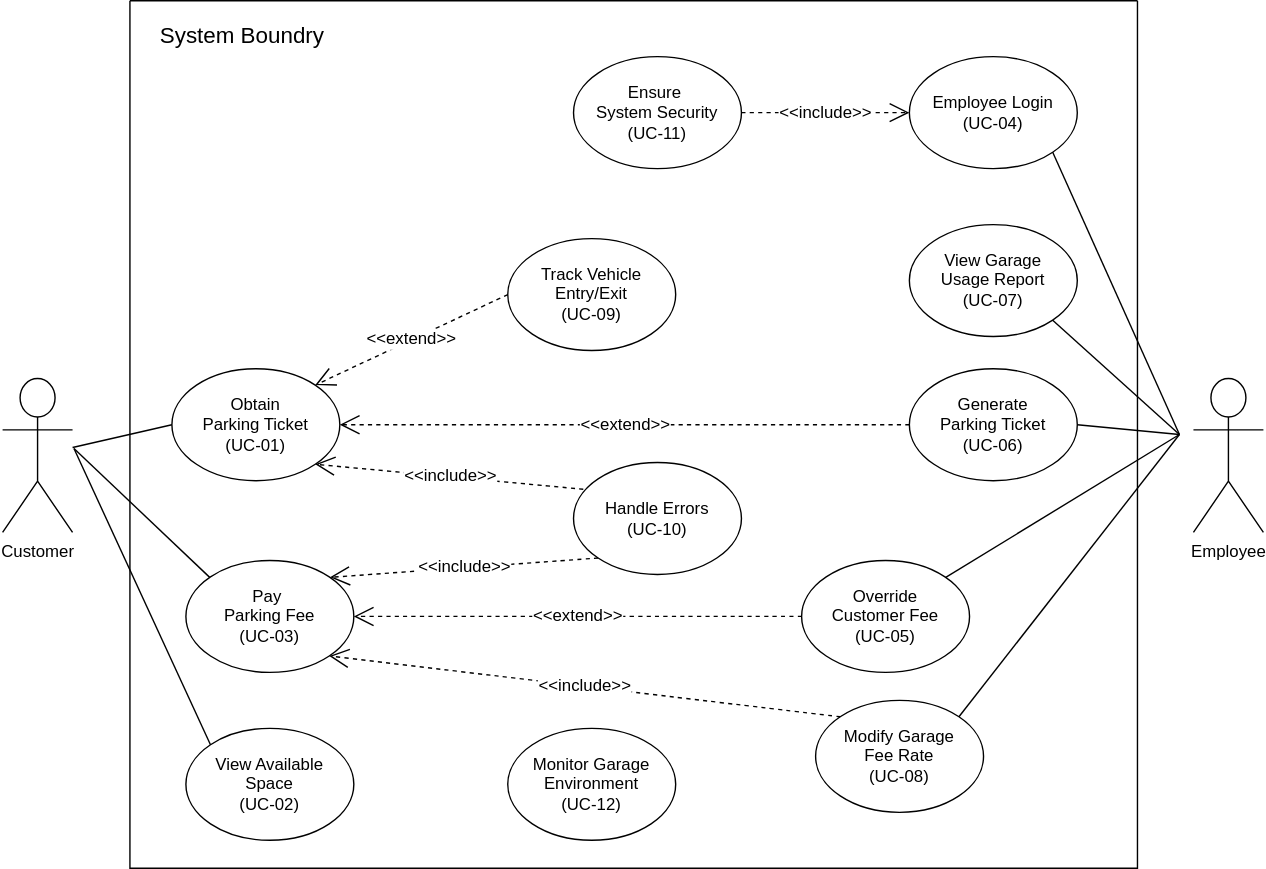
The draw.io diagram design/UseCases.svg in CSUEB-CS401-02-SP25-Group-Project-1/parking-garage-system, before a commit. Source tidied: cells renumbered, new cells last; positions are measured from the earlier drawing's top-left corner, leaving out a move shared by most shapes.
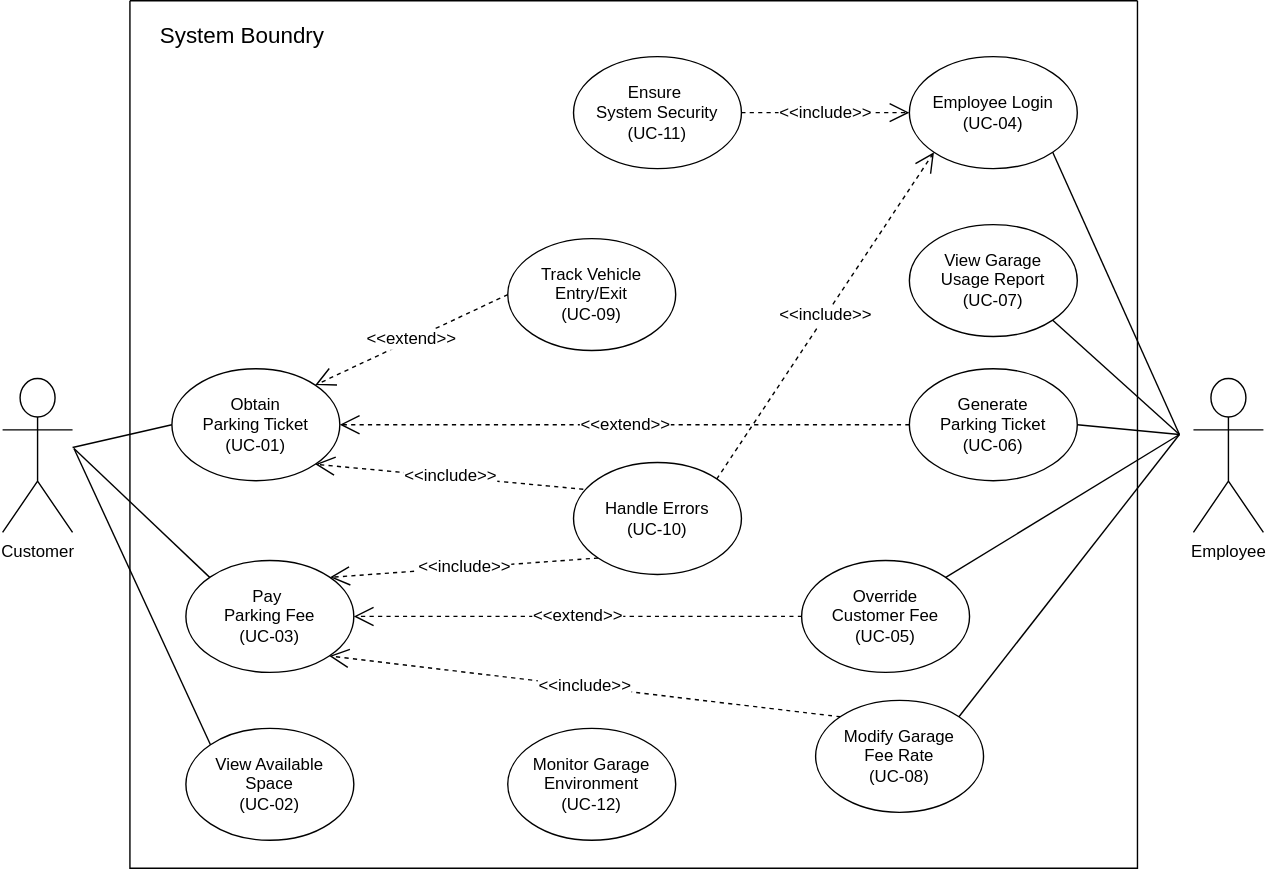
The same diagram one commit later.

Diff of the diagram source:
```diff
@@ -64,6 +64,9 @@
     <mxCell id="21" value="System Boundry" style="text;html=1;align=center;verticalAlign=middle;strokeColor=none;fillColor=none;fontSize=16;" parent="2" vertex="1">
       <mxGeometry x="10" y="10" width="140" height="30" as="geometry" />
     </mxCell>
+    <mxCell id="33" value="&amp;lt;&amp;lt;include&amp;gt;&amp;gt;" style="endArrow=open;endSize=12;dashed=1;html=1;rounded=0;fontSize=12;curved=1;entryX=0;entryY=1;entryDx=0;entryDy=0;exitX=1;exitY=0;exitDx=0;exitDy=0;" parent="2" edge="1" source="8" target="12">
+      <mxGeometry relative="1" as="geometry" />
+    </mxCell>
     <mxCell id="22" value="&amp;lt;&amp;lt;extend&amp;gt;&amp;gt;" style="endArrow=open;endSize=12;dashed=1;html=1;rounded=0;fontSize=12;curved=1;exitX=0;exitY=0.5;exitDx=0;exitDy=0;" parent="1" edge="1" source="5">
       <mxGeometry relative="1" as="geometry">
         <mxPoint x="241" y="303" as="targetPoint" />
```
